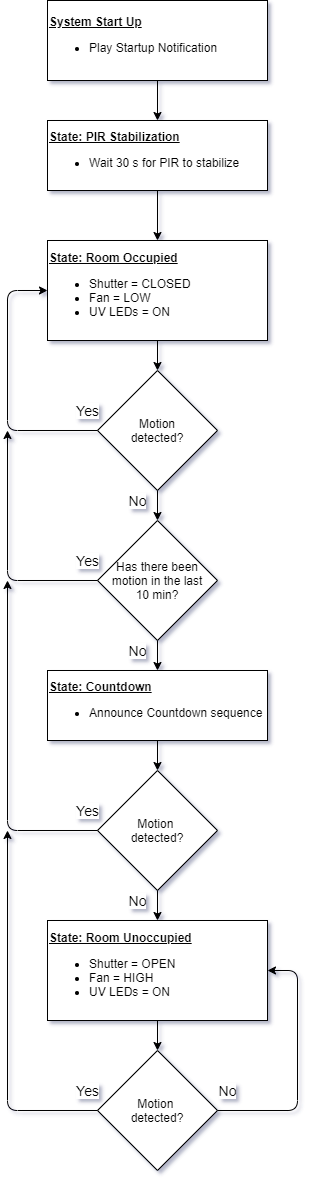
MattStarfield/Adreneline_Test keeps this draw.io diagram as img/firmware_flow_diagram.png. Above is the earlier version. Source tidied: cells renumbered, new cells last; positions are measured from the earlier drawing's top-left corner, leaving out a move shared by most shapes. Source of this version:
```xml
<mxGraphModel>
  <root>
    <mxCell id="0" />
    <mxCell id="1" parent="0" />
    <mxCell id="2" value="&lt;font style=&quot;font-size: 12px&quot;&gt;&lt;u style=&quot;font-weight: bold&quot;&gt;State: PIR Stabilization&lt;/u&gt;&lt;br&gt;&lt;ul&gt;&lt;li&gt;Wait 30 s for PIR to stabilize&lt;/li&gt;&lt;/ul&gt;&lt;/font&gt;" style="rounded=0;whiteSpace=wrap;html=1;align=left;" parent="1" vertex="1">
      <mxGeometry x="40" y="120" width="220" height="70" as="geometry" />
    </mxCell>
    <mxCell id="3" value="&lt;font style=&quot;font-size: 12px&quot;&gt;&lt;u style=&quot;font-weight: bold&quot;&gt;System Start Up&lt;br&gt;&lt;/u&gt;&lt;ul&gt;&lt;li&gt;Play Startup Notification&lt;/li&gt;&lt;/ul&gt;&lt;/font&gt;" style="rounded=0;whiteSpace=wrap;html=1;align=left;" parent="1" vertex="1">
      <mxGeometry x="40" width="220" height="80" as="geometry" />
    </mxCell>
    <mxCell id="4" value="&lt;font style=&quot;font-size: 12px&quot;&gt;&lt;u style=&quot;font-weight: bold&quot;&gt;State: Room Occupied&lt;/u&gt;&lt;br&gt;&lt;ul&gt;&lt;li&gt;Shutter = CLOSED&lt;/li&gt;&lt;li&gt;Fan = LOW&lt;/li&gt;&lt;li&gt;UV LEDs = ON&lt;br&gt;&lt;/li&gt;&lt;/ul&gt;&lt;/font&gt;" style="rounded=0;whiteSpace=wrap;html=1;align=left;" parent="1" vertex="1">
      <mxGeometry x="40" y="240" width="220" height="100" as="geometry" />
    </mxCell>
    <mxCell id="5" value="Motion&lt;br&gt;detected?" style="rhombus;whiteSpace=wrap;html=1;" parent="1" vertex="1">
      <mxGeometry x="90" y="370" width="120" height="120" as="geometry" />
    </mxCell>
    <mxCell id="6" value="&lt;font style=&quot;font-size: 12px&quot;&gt;&lt;u style=&quot;font-weight: bold&quot;&gt;State: Countdown&lt;/u&gt;&lt;br&gt;&lt;ul&gt;&lt;li&gt;Announce Countdown sequence&lt;/li&gt;&lt;/ul&gt;&lt;/font&gt;" style="rounded=0;whiteSpace=wrap;html=1;align=left;" parent="1" vertex="1">
      <mxGeometry x="40" y="670" width="220" height="70" as="geometry" />
    </mxCell>
    <mxCell id="7" value="Motion&amp;nbsp;&lt;br&gt;detected?" style="rhombus;whiteSpace=wrap;html=1;" parent="1" vertex="1">
      <mxGeometry x="90" y="770" width="120" height="120" as="geometry" />
    </mxCell>
    <mxCell id="8" value="&lt;font style=&quot;font-size: 12px&quot;&gt;&lt;u style=&quot;font-weight: bold&quot;&gt;State: Room Unoccupied&lt;/u&gt;&lt;br&gt;&lt;ul&gt;&lt;li&gt;Shutter = OPEN&lt;/li&gt;&lt;li&gt;Fan = HIGH&lt;/li&gt;&lt;li&gt;UV LEDs = ON&lt;br&gt;&lt;/li&gt;&lt;/ul&gt;&lt;/font&gt;" style="rounded=0;whiteSpace=wrap;html=1;align=left;" parent="1" vertex="1">
      <mxGeometry x="40" y="920" width="220" height="100" as="geometry" />
    </mxCell>
    <mxCell id="9" value="Motion&amp;nbsp;&lt;br&gt;detected?" style="rhombus;whiteSpace=wrap;html=1;" parent="1" vertex="1">
      <mxGeometry x="90" y="1050" width="120" height="120" as="geometry" />
    </mxCell>
    <mxCell id="10" style="endArrow=classic;html=1;exitX=0.5;exitY=1;exitDx=0;exitDy=0;" parent="1" edge="1" source="3" target="2">
      <mxGeometry relative="1" as="geometry" />
    </mxCell>
    <mxCell id="11" style="endArrow=classic;html=1;exitX=0.5;exitY=1;exitDx=0;exitDy=0;entryX=0.5;entryY=0;entryDx=0;entryDy=0;" parent="1" edge="1" source="2" target="4">
      <mxGeometry relative="1" as="geometry" />
    </mxCell>
    <mxCell id="12" style="endArrow=classic;html=1;exitX=0.5;exitY=1;exitDx=0;exitDy=0;entryX=0.5;entryY=0;entryDx=0;entryDy=0;" parent="1" edge="1" source="4" target="5">
      <mxGeometry relative="1" as="geometry" />
    </mxCell>
    <mxCell id="13" value="No" style="endArrow=classic;html=1;exitX=0.5;exitY=1;exitDx=0;exitDy=0;entryX=0.5;entryY=0;entryDx=0;entryDy=0;fontSize=14;" parent="1" edge="1" source="5" target="21">
      <mxGeometry x="-0.33" y="-20" relative="1" as="geometry" />
    </mxCell>
    <mxCell id="14" value="Yes" style="endArrow=classic;html=1;exitX=0;exitY=0.5;exitDx=0;exitDy=0;entryX=0;entryY=0.5;entryDx=0;entryDy=0;fontSize=14;" parent="1" edge="1" source="5" target="4">
      <mxGeometry x="-0.93" y="-20" relative="1" as="geometry">
        <Array as="points">
          <mxPoint y="430" />
          <mxPoint y="290" />
        </Array>
      </mxGeometry>
    </mxCell>
    <mxCell id="15" value="Yes" style="endArrow=classic;html=1;exitX=0;exitY=0.5;exitDx=0;exitDy=0;fontSize=14;" parent="1" edge="1" source="7">
      <mxGeometry x="-0.94" y="-20" relative="1" as="geometry">
        <mxPoint y="580" as="targetPoint" />
        <Array as="points">
          <mxPoint y="830" />
        </Array>
      </mxGeometry>
    </mxCell>
    <mxCell id="16" value="Yes" style="endArrow=classic;html=1;exitX=0;exitY=0.5;exitDx=0;exitDy=0;fontSize=14;" parent="1" edge="1" source="9">
      <mxGeometry x="-0.95" y="-20" relative="1" as="geometry">
        <mxPoint y="830" as="targetPoint" />
        <Array as="points">
          <mxPoint y="1110" />
        </Array>
      </mxGeometry>
    </mxCell>
    <mxCell id="17" style="endArrow=classic;html=1;exitX=0.5;exitY=1;exitDx=0;exitDy=0;entryX=0.5;entryY=0;entryDx=0;entryDy=0;" parent="1" edge="1" source="6" target="7">
      <mxGeometry relative="1" as="geometry" />
    </mxCell>
    <mxCell id="18" value="No" style="endArrow=classic;html=1;exitX=0.5;exitY=1;exitDx=0;exitDy=0;entryX=0.5;entryY=0;entryDx=0;entryDy=0;fontSize=14;" parent="1" edge="1" source="7" target="8">
      <mxGeometry x="-0.33" y="-20" relative="1" as="geometry" />
    </mxCell>
    <mxCell id="19" style="endArrow=classic;html=1;entryX=0.5;entryY=0;entryDx=0;entryDy=0;exitX=0.5;exitY=1;exitDx=0;exitDy=0;" parent="1" edge="1" source="8" target="9">
      <mxGeometry relative="1" as="geometry" />
    </mxCell>
    <mxCell id="20" value="No" style="endArrow=classic;html=1;exitX=1;exitY=0.5;exitDx=0;exitDy=0;entryX=1;entryY=0.5;entryDx=0;entryDy=0;fontSize=14;" parent="1" edge="1" source="9" target="8">
      <mxGeometry x="-0.92" y="20" relative="1" as="geometry">
        <Array as="points">
          <mxPoint x="290" y="1110" />
          <mxPoint x="290" y="970" />
        </Array>
      </mxGeometry>
    </mxCell>
    <mxCell id="21" value="Has there been&lt;br&gt;motion in the last&lt;br&gt;10 min?" style="rhombus;whiteSpace=wrap;html=1;" parent="1" vertex="1">
      <mxGeometry x="90" y="520" width="120" height="120" as="geometry" />
    </mxCell>
    <mxCell id="22" value="Yes" style="endArrow=classic;html=1;exitX=0;exitY=0.5;exitDx=0;exitDy=0;fontSize=14;" parent="1" edge="1" source="21">
      <mxGeometry x="-0.92" y="-20" relative="1" as="geometry">
        <mxPoint y="430" as="targetPoint" />
        <Array as="points">
          <mxPoint y="580" />
        </Array>
      </mxGeometry>
    </mxCell>
    <mxCell id="23" value="No" style="endArrow=classic;html=1;exitX=0.5;exitY=1;exitDx=0;exitDy=0;entryX=0.5;entryY=0;entryDx=0;entryDy=0;fontSize=14;" parent="1" edge="1" source="21" target="6">
      <mxGeometry x="-0.33" y="-20" relative="1" as="geometry" />
    </mxCell>
  </root>
</mxGraphModel>
```
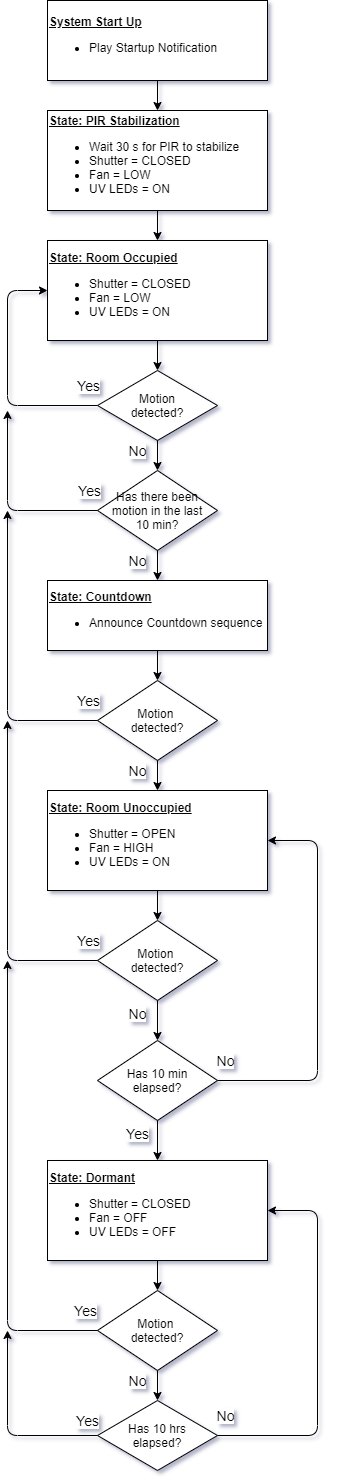
After the change.

Commit message:
* updated flow diagram per Greg's direction

Diff of the diagram source:
```diff
@@ -2,29 +2,29 @@
   <root>
     <mxCell id="0" />
     <mxCell id="1" parent="0" />
-    <mxCell id="2" value="&lt;font style=&quot;font-size: 12px&quot;&gt;&lt;u style=&quot;font-weight: bold&quot;&gt;State: PIR Stabilization&lt;/u&gt;&lt;br&gt;&lt;ul&gt;&lt;li&gt;Wait 30 s for PIR to stabilize&lt;/li&gt;&lt;/ul&gt;&lt;/font&gt;" style="rounded=0;whiteSpace=wrap;html=1;align=left;" parent="1" vertex="1">
-      <mxGeometry x="40" y="120" width="220" height="70" as="geometry" />
+    <mxCell id="2" value="&lt;font style=&quot;font-size: 12px&quot;&gt;&lt;u style=&quot;font-weight: bold&quot;&gt;State: PIR Stabilization&lt;/u&gt;&lt;br&gt;&lt;ul&gt;&lt;li&gt;Wait 30 s for PIR to stabilize&lt;/li&gt;&lt;li&gt;Shutter = CLOSED&lt;/li&gt;&lt;li&gt;Fan = LOW&lt;/li&gt;&lt;li&gt;UV LEDs = ON&lt;/li&gt;&lt;/ul&gt;&lt;/font&gt;" style="rounded=0;whiteSpace=wrap;html=1;align=left;" parent="1" vertex="1">
+      <mxGeometry x="40" y="80" width="220" height="100" as="geometry" />
     </mxCell>
     <mxCell id="3" value="&lt;font style=&quot;font-size: 12px&quot;&gt;&lt;u style=&quot;font-weight: bold&quot;&gt;System Start Up&lt;br&gt;&lt;/u&gt;&lt;ul&gt;&lt;li&gt;Play Startup Notification&lt;/li&gt;&lt;/ul&gt;&lt;/font&gt;" style="rounded=0;whiteSpace=wrap;html=1;align=left;" parent="1" vertex="1">
-      <mxGeometry x="40" width="220" height="80" as="geometry" />
+      <mxGeometry x="40" y="-30" width="220" height="80" as="geometry" />
     </mxCell>
     <mxCell id="4" value="&lt;font style=&quot;font-size: 12px&quot;&gt;&lt;u style=&quot;font-weight: bold&quot;&gt;State: Room Occupied&lt;/u&gt;&lt;br&gt;&lt;ul&gt;&lt;li&gt;Shutter = CLOSED&lt;/li&gt;&lt;li&gt;Fan = LOW&lt;/li&gt;&lt;li&gt;UV LEDs = ON&lt;br&gt;&lt;/li&gt;&lt;/ul&gt;&lt;/font&gt;" style="rounded=0;whiteSpace=wrap;html=1;align=left;" parent="1" vertex="1">
-      <mxGeometry x="40" y="240" width="220" height="100" as="geometry" />
+      <mxGeometry x="40" y="210" width="220" height="100" as="geometry" />
     </mxCell>
     <mxCell id="5" value="Motion&lt;br&gt;detected?" style="rhombus;whiteSpace=wrap;html=1;" parent="1" vertex="1">
-      <mxGeometry x="90" y="370" width="120" height="120" as="geometry" />
+      <mxGeometry x="90" y="340" width="120" height="70" as="geometry" />
     </mxCell>
     <mxCell id="6" value="&lt;font style=&quot;font-size: 12px&quot;&gt;&lt;u style=&quot;font-weight: bold&quot;&gt;State: Countdown&lt;/u&gt;&lt;br&gt;&lt;ul&gt;&lt;li&gt;Announce Countdown sequence&lt;/li&gt;&lt;/ul&gt;&lt;/font&gt;" style="rounded=0;whiteSpace=wrap;html=1;align=left;" parent="1" vertex="1">
-      <mxGeometry x="40" y="670" width="220" height="70" as="geometry" />
+      <mxGeometry x="40" y="550" width="220" height="70" as="geometry" />
     </mxCell>
     <mxCell id="7" value="Motion&amp;nbsp;&lt;br&gt;detected?" style="rhombus;whiteSpace=wrap;html=1;" parent="1" vertex="1">
-      <mxGeometry x="90" y="770" width="120" height="120" as="geometry" />
+      <mxGeometry x="90" y="650" width="120" height="80" as="geometry" />
     </mxCell>
     <mxCell id="8" value="&lt;font style=&quot;font-size: 12px&quot;&gt;&lt;u style=&quot;font-weight: bold&quot;&gt;State: Room Unoccupied&lt;/u&gt;&lt;br&gt;&lt;ul&gt;&lt;li&gt;Shutter = OPEN&lt;/li&gt;&lt;li&gt;Fan = HIGH&lt;/li&gt;&lt;li&gt;UV LEDs = ON&lt;br&gt;&lt;/li&gt;&lt;/ul&gt;&lt;/font&gt;" style="rounded=0;whiteSpace=wrap;html=1;align=left;" parent="1" vertex="1">
-      <mxGeometry x="40" y="920" width="220" height="100" as="geometry" />
+      <mxGeometry x="40" y="760" width="220" height="100" as="geometry" />
     </mxCell>
     <mxCell id="9" value="Motion&amp;nbsp;&lt;br&gt;detected?" style="rhombus;whiteSpace=wrap;html=1;" parent="1" vertex="1">
-      <mxGeometry x="90" y="1050" width="120" height="120" as="geometry" />
+      <mxGeometry x="90" y="890" width="120" height="80" as="geometry" />
     </mxCell>
     <mxCell id="10" style="endArrow=classic;html=1;exitX=0.5;exitY=1;exitDx=0;exitDy=0;" parent="1" edge="1" source="3" target="2">
       <mxGeometry relative="1" as="geometry" />
@@ -41,24 +41,24 @@
     <mxCell id="14" value="Yes" style="endArrow=classic;html=1;exitX=0;exitY=0.5;exitDx=0;exitDy=0;entryX=0;entryY=0.5;entryDx=0;entryDy=0;fontSize=14;" parent="1" edge="1" source="5" target="4">
       <mxGeometry x="-0.93" y="-20" relative="1" as="geometry">
         <Array as="points">
-          <mxPoint y="430" />
-          <mxPoint y="290" />
+          <mxPoint y="375" />
+          <mxPoint y="260" />
         </Array>
       </mxGeometry>
     </mxCell>
     <mxCell id="15" value="Yes" style="endArrow=classic;html=1;exitX=0;exitY=0.5;exitDx=0;exitDy=0;fontSize=14;" parent="1" edge="1" source="7">
       <mxGeometry x="-0.94" y="-20" relative="1" as="geometry">
-        <mxPoint y="580" as="targetPoint" />
+        <mxPoint y="480" as="targetPoint" />
         <Array as="points">
-          <mxPoint y="830" />
+          <mxPoint y="690" />
         </Array>
       </mxGeometry>
     </mxCell>
     <mxCell id="16" value="Yes" style="endArrow=classic;html=1;exitX=0;exitY=0.5;exitDx=0;exitDy=0;fontSize=14;" parent="1" edge="1" source="9">
       <mxGeometry x="-0.95" y="-20" relative="1" as="geometry">
-        <mxPoint y="830" as="targetPoint" />
+        <mxPoint y="690" as="targetPoint" />
         <Array as="points">
-          <mxPoint y="1110" />
+          <mxPoint y="930" />
         </Array>
       </mxGeometry>
     </mxCell>
@@ -71,27 +71,75 @@
     <mxCell id="19" style="endArrow=classic;html=1;entryX=0.5;entryY=0;entryDx=0;entryDy=0;exitX=0.5;exitY=1;exitDx=0;exitDy=0;" parent="1" edge="1" source="8" target="9">
       <mxGeometry relative="1" as="geometry" />
     </mxCell>
-    <mxCell id="20" value="No" style="endArrow=classic;html=1;exitX=1;exitY=0.5;exitDx=0;exitDy=0;entryX=1;entryY=0.5;entryDx=0;entryDy=0;fontSize=14;" parent="1" edge="1" source="9" target="8">
-      <mxGeometry x="-0.92" y="20" relative="1" as="geometry">
-        <Array as="points">
-          <mxPoint x="290" y="1110" />
-          <mxPoint x="290" y="970" />
-        </Array>
-      </mxGeometry>
-    </mxCell>
     <mxCell id="21" value="Has there been&lt;br&gt;motion in the last&lt;br&gt;10 min?" style="rhombus;whiteSpace=wrap;html=1;" parent="1" vertex="1">
-      <mxGeometry x="90" y="520" width="120" height="120" as="geometry" />
+      <mxGeometry x="90" y="440" width="120" height="80" as="geometry" />
     </mxCell>
     <mxCell id="22" value="Yes" style="endArrow=classic;html=1;exitX=0;exitY=0.5;exitDx=0;exitDy=0;fontSize=14;" parent="1" edge="1" source="21">
       <mxGeometry x="-0.92" y="-20" relative="1" as="geometry">
-        <mxPoint y="430" as="targetPoint" />
+        <mxPoint y="380" as="targetPoint" />
         <Array as="points">
-          <mxPoint y="580" />
+          <mxPoint y="480" />
         </Array>
       </mxGeometry>
     </mxCell>
     <mxCell id="23" value="No" style="endArrow=classic;html=1;exitX=0.5;exitY=1;exitDx=0;exitDy=0;entryX=0.5;entryY=0;entryDx=0;entryDy=0;fontSize=14;" parent="1" edge="1" source="21" target="6">
       <mxGeometry x="-0.33" y="-20" relative="1" as="geometry" />
     </mxCell>
+    <mxCell id="24" value="Has 10 min&lt;br&gt;elapsed?" style="rhombus;whiteSpace=wrap;html=1;" parent="1" vertex="1">
+      <mxGeometry x="90" y="1010" width="120" height="80" as="geometry" />
+    </mxCell>
+    <mxCell id="25" value="No" style="endArrow=classic;html=1;entryX=0.5;entryY=0;entryDx=0;entryDy=0;fontSize=14;exitX=0.5;exitY=1;exitDx=0;exitDy=0;" parent="1" edge="1" source="9" target="24">
+      <mxGeometry x="-0.33" y="-20" relative="1" as="geometry" />
+    </mxCell>
+    <mxCell id="26" value="No" style="endArrow=classic;html=1;exitX=1;exitY=0.5;exitDx=0;exitDy=0;fontSize=14;entryX=1;entryY=0.5;entryDx=0;entryDy=0;" parent="1" edge="1" source="24" target="8">
+      <mxGeometry x="-0.96" y="20" relative="1" as="geometry">
+        <Array as="points">
+          <mxPoint x="310" y="1050" />
+          <mxPoint x="310" y="810" />
+        </Array>
+      </mxGeometry>
+    </mxCell>
+    <mxCell id="27" value="&lt;font style=&quot;font-size: 12px&quot;&gt;&lt;u style=&quot;font-weight: bold&quot;&gt;State: Dormant&lt;/u&gt;&lt;br&gt;&lt;ul&gt;&lt;li&gt;Shutter = CLOSED&lt;/li&gt;&lt;li&gt;Fan = OFF&lt;/li&gt;&lt;li&gt;UV LEDs = OFF&lt;br&gt;&lt;/li&gt;&lt;/ul&gt;&lt;/font&gt;" style="rounded=0;whiteSpace=wrap;html=1;align=left;" parent="1" vertex="1">
+      <mxGeometry x="40" y="1130" width="220" height="100" as="geometry" />
+    </mxCell>
+    <mxCell id="28" value="Yes" style="endArrow=classic;html=1;fontSize=14;exitX=0.5;exitY=1;exitDx=0;exitDy=0;" parent="1" edge="1" source="24" target="27">
+      <mxGeometry x="-0.33" y="-20" relative="1" as="geometry" />
+    </mxCell>
+    <mxCell id="29" value="Motion&amp;nbsp;&lt;br&gt;detected?" style="rhombus;whiteSpace=wrap;html=1;" parent="1" vertex="1">
+      <mxGeometry x="90" y="1260" width="120" height="80" as="geometry" />
+    </mxCell>
+    <mxCell id="30" value="Has 10 hrs&lt;br&gt;elapsed?" style="rhombus;whiteSpace=wrap;html=1;" parent="1" vertex="1">
+      <mxGeometry x="90" y="1370" width="120" height="70" as="geometry" />
+    </mxCell>
+    <mxCell id="31" value="No" style="endArrow=classic;html=1;entryX=0.5;entryY=0;entryDx=0;entryDy=0;fontSize=14;exitX=0.5;exitY=1;exitDx=0;exitDy=0;" parent="1" edge="1" source="29" target="30">
+      <mxGeometry x="-0.33" y="-20" relative="1" as="geometry" />
+    </mxCell>
+    <mxCell id="32" value="No" style="endArrow=classic;html=1;exitX=1;exitY=0.5;exitDx=0;exitDy=0;fontSize=14;entryX=1;entryY=0.5;entryDx=0;entryDy=0;" parent="1" edge="1" source="30" target="27">
+      <mxGeometry x="-0.96" y="20" relative="1" as="geometry">
+        <Array as="points">
+          <mxPoint x="310" y="1405" />
+          <mxPoint x="310" y="1180" />
+        </Array>
+      </mxGeometry>
+    </mxCell>
+    <mxCell id="33" value="Yes" style="endArrow=classic;html=1;fontSize=14;exitX=0;exitY=0.5;exitDx=0;exitDy=0;" parent="1" edge="1" source="30">
+      <mxGeometry x="-0.9" y="-15" relative="1" as="geometry">
+        <mxPoint y="1300" as="targetPoint" />
+        <Array as="points">
+          <mxPoint y="1405" />
+        </Array>
+      </mxGeometry>
+    </mxCell>
+    <mxCell id="34" style="endArrow=classic;html=1;entryX=0.5;entryY=0;entryDx=0;entryDy=0;exitX=0.5;exitY=1;exitDx=0;exitDy=0;" parent="1" edge="1" source="27" target="29">
+      <mxGeometry relative="1" as="geometry" />
+    </mxCell>
+    <mxCell id="35" value="Yes" style="endArrow=classic;html=1;exitX=0;exitY=0.5;exitDx=0;exitDy=0;fontSize=14;" parent="1" edge="1" source="29">
+      <mxGeometry x="-0.95" y="-20" relative="1" as="geometry">
+        <mxPoint y="930" as="targetPoint" />
+        <Array as="points">
+          <mxPoint y="1300" />
+        </Array>
+      </mxGeometry>
+    </mxCell>
   </root>
 </mxGraphModel>
```
